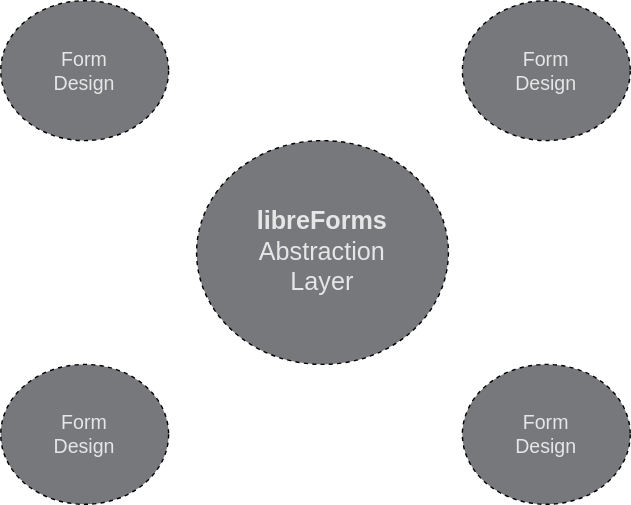
Earlier version of the draw.io export docs/libreForms_abstraction_layer.drawio.svg (libreForms/libreForms-flask). Source tidied: cells renumbered, new cells last; positions are measured from the earlier drawing's top-left corner, leaving out a move shared by most shapes. Its diagram source:
```xml
<mxGraphModel>
  <root>
    <mxCell id="0" />
    <mxCell id="1" parent="0" />
    <mxCell id="2" value="&lt;p style=&quot;line-height: 0.85;&quot;&gt;&lt;/p&gt;&lt;div&gt;&lt;b&gt;&lt;font style=&quot;font-size: 18px;&quot; color=&quot;#E6E6E6&quot;&gt;libreForms&lt;/font&gt;&lt;/b&gt;&lt;/div&gt;&lt;div&gt;&lt;font style=&quot;font-size: 18px;&quot; color=&quot;#E6E6E6&quot;&gt;Abstraction&lt;/font&gt;&lt;/div&gt;&lt;div&gt;&lt;font style=&quot;font-size: 18px;&quot; color=&quot;#E6E6E6&quot;&gt;Layer&lt;br&gt;&lt;/font&gt;&lt;/div&gt;&lt;p&gt;&lt;/p&gt;" style="ellipse;whiteSpace=wrap;html=1;dashed=1;strokeColor=#000000;strokeWidth=1;fillColor=#1b1f2399;" parent="1" vertex="1">
      <mxGeometry x="140" y="100" width="180" height="160" as="geometry" />
    </mxCell>
    <mxCell id="3" value="&lt;div style=&quot;font-size: 14px;&quot;&gt;&lt;font style=&quot;font-size: 14px;&quot;&gt;Form&lt;/font&gt;&lt;/div&gt;&lt;div style=&quot;font-size: 14px;&quot;&gt;&lt;font style=&quot;font-size: 14px;&quot;&gt;Design&lt;/font&gt;&lt;br&gt;&lt;/div&gt;" style="ellipse;whiteSpace=wrap;html=1;dashed=1;fontSize=18;fontColor=#E6E6E6;strokeColor=#000000;strokeWidth=1;fillColor=#1b1f2399;" parent="1" vertex="1">
      <mxGeometry width="120" height="100" as="geometry" />
    </mxCell>
    <mxCell id="4" value="&lt;div style=&quot;font-size: 14px;&quot;&gt;&lt;font style=&quot;font-size: 14px;&quot;&gt;Form&lt;/font&gt;&lt;/div&gt;&lt;div style=&quot;font-size: 14px;&quot;&gt;&lt;font style=&quot;font-size: 14px;&quot;&gt;Design&lt;/font&gt;&lt;br&gt;&lt;/div&gt;" style="ellipse;whiteSpace=wrap;html=1;dashed=1;fontSize=18;fontColor=#E6E6E6;strokeColor=#000000;strokeWidth=1;fillColor=#1b1f2399;" parent="1" vertex="1">
      <mxGeometry y="260" width="120" height="100" as="geometry" />
    </mxCell>
    <mxCell id="5" value="&lt;div style=&quot;font-size: 14px;&quot;&gt;&lt;font style=&quot;font-size: 14px;&quot;&gt;Form&lt;/font&gt;&lt;/div&gt;&lt;div style=&quot;font-size: 14px;&quot;&gt;&lt;font style=&quot;font-size: 14px;&quot;&gt;Design&lt;/font&gt;&lt;br&gt;&lt;/div&gt;" style="ellipse;whiteSpace=wrap;html=1;dashed=1;fontSize=18;fontColor=#E6E6E6;strokeColor=#000000;strokeWidth=1;fillColor=#1b1f2399;" parent="1" vertex="1">
      <mxGeometry x="330" width="120" height="100" as="geometry" />
    </mxCell>
    <mxCell id="6" value="&lt;div style=&quot;font-size: 14px;&quot;&gt;&lt;font style=&quot;font-size: 14px;&quot;&gt;Form&lt;/font&gt;&lt;/div&gt;&lt;div style=&quot;font-size: 14px;&quot;&gt;&lt;font style=&quot;font-size: 14px;&quot;&gt;Design&lt;/font&gt;&lt;br&gt;&lt;/div&gt;" style="ellipse;whiteSpace=wrap;html=1;dashed=1;fontSize=18;fontColor=#E6E6E6;strokeColor=#000000;strokeWidth=1;fillColor=#1b1f2399;" parent="1" vertex="1">
      <mxGeometry x="330" y="260" width="120" height="100" as="geometry" />
    </mxCell>
  </root>
</mxGraphModel>
```
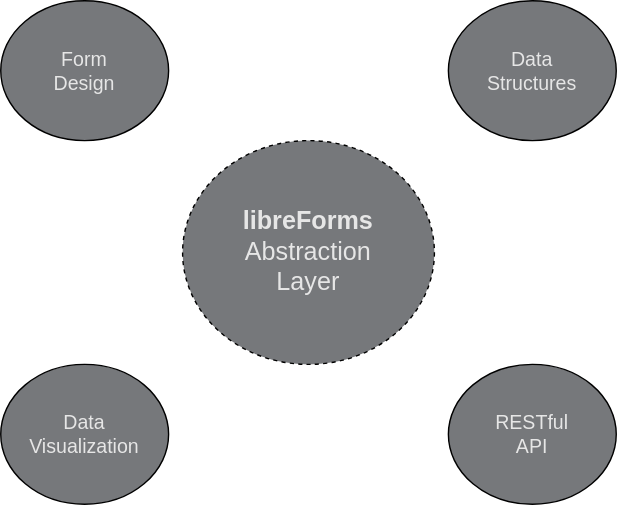
After the change.

The edit, as a diff of the source:
```diff
@@ -5,16 +5,16 @@
     <mxCell id="2" value="&lt;p style=&quot;line-height: 0.85;&quot;&gt;&lt;/p&gt;&lt;div&gt;&lt;b&gt;&lt;font style=&quot;font-size: 18px;&quot; color=&quot;#E6E6E6&quot;&gt;libreForms&lt;/font&gt;&lt;/b&gt;&lt;/div&gt;&lt;div&gt;&lt;font style=&quot;font-size: 18px;&quot; color=&quot;#E6E6E6&quot;&gt;Abstraction&lt;/font&gt;&lt;/div&gt;&lt;div&gt;&lt;font style=&quot;font-size: 18px;&quot; color=&quot;#E6E6E6&quot;&gt;Layer&lt;br&gt;&lt;/font&gt;&lt;/div&gt;&lt;p&gt;&lt;/p&gt;" style="ellipse;whiteSpace=wrap;html=1;dashed=1;strokeColor=#000000;strokeWidth=1;fillColor=#1b1f2399;" parent="1" vertex="1">
       <mxGeometry x="140" y="100" width="180" height="160" as="geometry" />
     </mxCell>
-    <mxCell id="3" value="&lt;div style=&quot;font-size: 14px;&quot;&gt;&lt;font style=&quot;font-size: 14px;&quot;&gt;Form&lt;/font&gt;&lt;/div&gt;&lt;div style=&quot;font-size: 14px;&quot;&gt;&lt;font style=&quot;font-size: 14px;&quot;&gt;Design&lt;/font&gt;&lt;br&gt;&lt;/div&gt;" style="ellipse;whiteSpace=wrap;html=1;dashed=1;fontSize=18;fontColor=#E6E6E6;strokeColor=#000000;strokeWidth=1;fillColor=#1b1f2399;" parent="1" vertex="1">
-      <mxGeometry width="120" height="100" as="geometry" />
+    <mxCell id="3" value="&lt;div style=&quot;font-size: 14px;&quot;&gt;&lt;font style=&quot;font-size: 14px;&quot;&gt;Form&lt;/font&gt;&lt;/div&gt;&lt;div style=&quot;font-size: 14px;&quot;&gt;&lt;font style=&quot;font-size: 14px;&quot;&gt;Design&lt;/font&gt;&lt;br&gt;&lt;/div&gt;" style="ellipse;whiteSpace=wrap;html=1;fontSize=18;fontColor=#E6E6E6;strokeColor=#000000;strokeWidth=1;fillColor=#1b1f2399;" parent="1" vertex="1">
+      <mxGeometry x="10" width="120" height="100" as="geometry" />
     </mxCell>
-    <mxCell id="4" value="&lt;div style=&quot;font-size: 14px;&quot;&gt;&lt;font style=&quot;font-size: 14px;&quot;&gt;Form&lt;/font&gt;&lt;/div&gt;&lt;div style=&quot;font-size: 14px;&quot;&gt;&lt;font style=&quot;font-size: 14px;&quot;&gt;Design&lt;/font&gt;&lt;br&gt;&lt;/div&gt;" style="ellipse;whiteSpace=wrap;html=1;dashed=1;fontSize=18;fontColor=#E6E6E6;strokeColor=#000000;strokeWidth=1;fillColor=#1b1f2399;" parent="1" vertex="1">
-      <mxGeometry y="260" width="120" height="100" as="geometry" />
+    <mxCell id="4" value="&lt;div style=&quot;font-size: 14px;&quot;&gt;&lt;font style=&quot;font-size: 14px;&quot;&gt;Data&lt;/font&gt;&lt;/div&gt;&lt;div style=&quot;font-size: 14px;&quot;&gt;&lt;font style=&quot;font-size: 14px;&quot;&gt;Visualization&lt;/font&gt;&lt;br&gt;&lt;/div&gt;" style="ellipse;whiteSpace=wrap;html=1;fontSize=18;fontColor=#E6E6E6;strokeColor=#000000;strokeWidth=1;fillColor=#1b1f2399;" parent="1" vertex="1">
+      <mxGeometry x="10" y="260" width="120" height="100" as="geometry" />
     </mxCell>
-    <mxCell id="5" value="&lt;div style=&quot;font-size: 14px;&quot;&gt;&lt;font style=&quot;font-size: 14px;&quot;&gt;Form&lt;/font&gt;&lt;/div&gt;&lt;div style=&quot;font-size: 14px;&quot;&gt;&lt;font style=&quot;font-size: 14px;&quot;&gt;Design&lt;/font&gt;&lt;br&gt;&lt;/div&gt;" style="ellipse;whiteSpace=wrap;html=1;dashed=1;fontSize=18;fontColor=#E6E6E6;strokeColor=#000000;strokeWidth=1;fillColor=#1b1f2399;" parent="1" vertex="1">
+    <mxCell id="5" value="&lt;div style=&quot;font-size: 14px;&quot;&gt;&lt;font style=&quot;font-size: 14px;&quot;&gt;&lt;br&gt;&lt;/font&gt;&lt;/div&gt;&lt;div style=&quot;font-size: 14px;&quot;&gt;&lt;font style=&quot;font-size: 14px;&quot;&gt;Data&lt;/font&gt;&lt;/div&gt;&lt;div style=&quot;font-size: 14px;&quot;&gt;&lt;font style=&quot;font-size: 14px;&quot;&gt;Structures&lt;/font&gt;&lt;/div&gt;&lt;div style=&quot;font-size: 14px;&quot;&gt;&lt;br&gt;&lt;/div&gt;" style="ellipse;whiteSpace=wrap;html=1;fontSize=18;fontColor=#E6E6E6;strokeColor=#000000;strokeWidth=1;fillColor=#1b1f2399;" parent="1" vertex="1">
       <mxGeometry x="330" width="120" height="100" as="geometry" />
     </mxCell>
-    <mxCell id="6" value="&lt;div style=&quot;font-size: 14px;&quot;&gt;&lt;font style=&quot;font-size: 14px;&quot;&gt;Form&lt;/font&gt;&lt;/div&gt;&lt;div style=&quot;font-size: 14px;&quot;&gt;&lt;font style=&quot;font-size: 14px;&quot;&gt;Design&lt;/font&gt;&lt;br&gt;&lt;/div&gt;" style="ellipse;whiteSpace=wrap;html=1;dashed=1;fontSize=18;fontColor=#E6E6E6;strokeColor=#000000;strokeWidth=1;fillColor=#1b1f2399;" parent="1" vertex="1">
+    <mxCell id="6" value="&lt;div style=&quot;font-size: 14px;&quot;&gt;&lt;font style=&quot;font-size: 14px;&quot;&gt;&lt;br&gt;&lt;/font&gt;&lt;/div&gt;&lt;div style=&quot;font-size: 14px;&quot;&gt;&lt;font style=&quot;font-size: 14px;&quot;&gt;RESTful&lt;/font&gt;&lt;/div&gt;&lt;div style=&quot;font-size: 14px;&quot;&gt;&lt;font style=&quot;font-size: 14px;&quot;&gt;API&lt;/font&gt;&lt;/div&gt;&lt;div style=&quot;font-size: 14px;&quot;&gt;&lt;br&gt;&lt;/div&gt;" style="ellipse;whiteSpace=wrap;html=1;fontSize=18;fontColor=#E6E6E6;strokeColor=#000000;strokeWidth=1;fillColor=#1b1f2399;" parent="1" vertex="1">
       <mxGeometry x="330" y="260" width="120" height="100" as="geometry" />
     </mxCell>
   </root>
```
